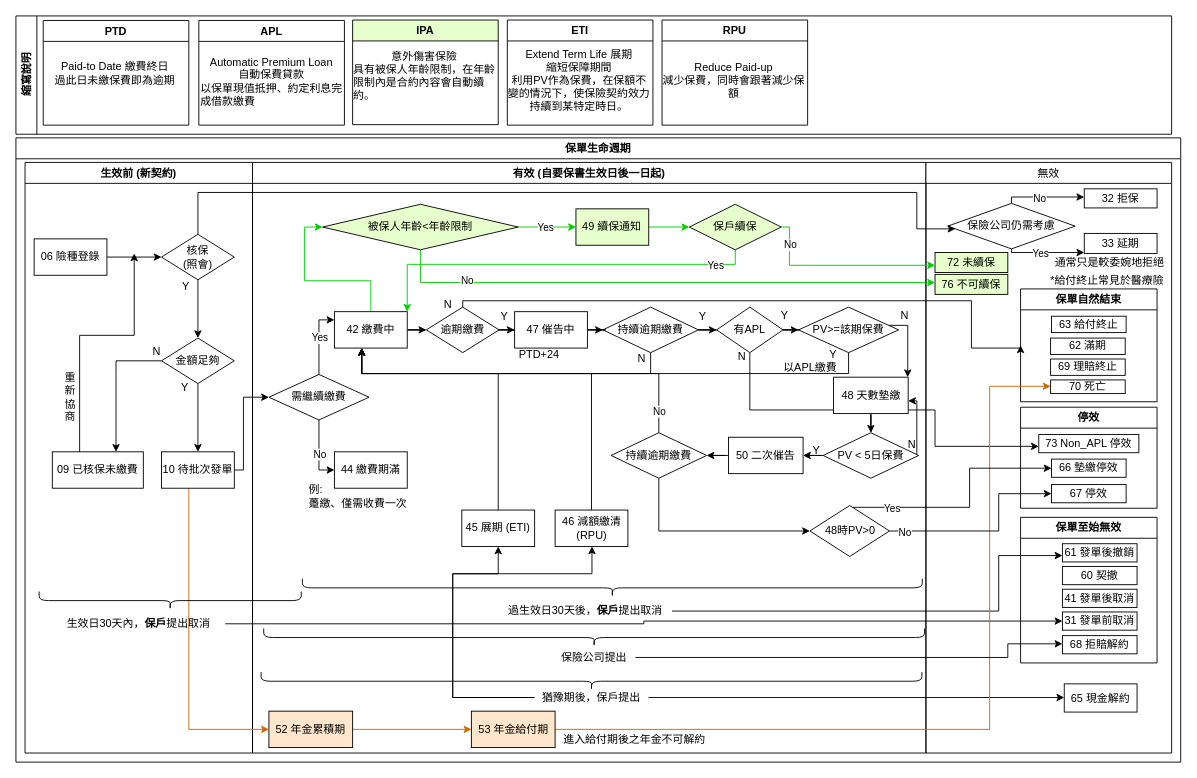
Gina-Banana/Gina-Banana keeps this draw.io diagram as 未命名绘图.drawio. Above is the earlier version. Source tidied: cells renumbered, new cells numbered last; positions are measured from the earlier drawing's top-left corner, leaving out a move shared by most shapes. Both pictures are drawn from the tidied source at 91%, with x=0, y=0 at pixel (15, 15).
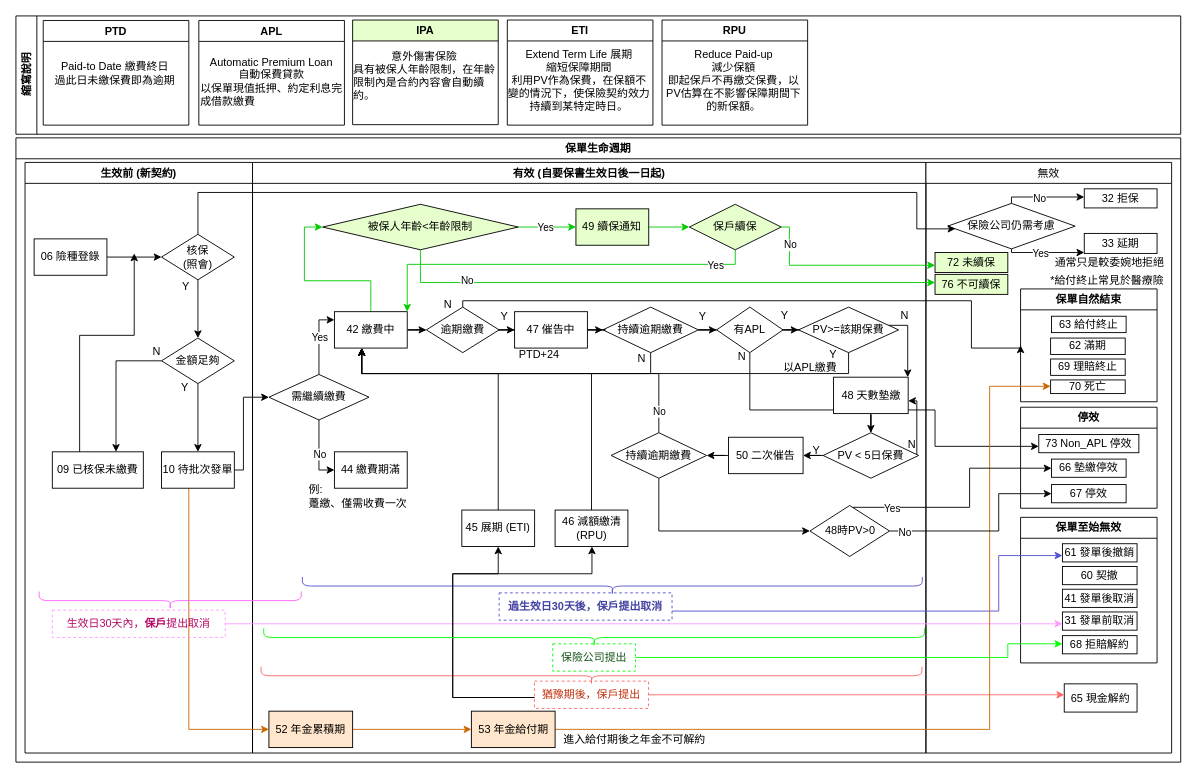
After the change.

The change refers to these unchanged cells:
```xml
<mxCell id="4" value="保單生命週期" style="swimlane;whiteSpace=wrap;html=1;" parent="1" vertex="1">
  <mxGeometry y="134" width="1280" height="686" as="geometry" />
</mxCell>
<mxCell id="23" value="31 發單前取消" style="rounded=0;whiteSpace=wrap;html=1;" parent="5" vertex="1">
  <mxGeometry x="150" y="494" width="82" height="20" as="geometry" />
</mxCell>
<mxCell id="26" value="61 發單後撤銷" style="rounded=0;whiteSpace=wrap;html=1;" parent="5" vertex="1">
  <mxGeometry x="150" y="419" width="82" height="20" as="geometry" />
</mxCell>
<mxCell id="28" value="68 拒賠解約" style="rounded=0;whiteSpace=wrap;html=1;" parent="27" vertex="1">
  <mxGeometry x="46" y="130" width="82" height="20" as="geometry" />
</mxCell>
<mxCell id="29" value="65 現金解約" style="rounded=0;whiteSpace=wrap;html=1;" parent="5" vertex="1">
  <mxGeometry x="152" y="573" width="80" height="31" as="geometry" />
</mxCell>
<mxCell id="145" value="RPU" style="swimlane;whiteSpace=wrap;html=1;" parent="138" vertex="1">
  <mxGeometry x="710" y="4.5" width="160" height="115.5" as="geometry" />
</mxCell>
```

Diff of the diagram source:
```diff
@@
-    <mxCell id="59" value="重&lt;br&gt;新&lt;br&gt;協&lt;br&gt;商" style="text;html=1;strokeColor=none;fillColor=none;align=left;verticalAlign=middle;whiteSpace=wrap;rounded=0;" parent="4" vertex="1">
-      <mxGeometry x="52" y="255" width="20" height="60" as="geometry" />
-    </mxCell>
@@
-    <mxCell id="97" style="shape=curlyBracket;whiteSpace=wrap;html=1;rounded=1;flipH=1;labelPosition=right;verticalLabelPosition=middle;align=left;verticalAlign=middle;rotation=90;" parent="4" vertex="1">
+    <mxCell id="97" style="shape=curlyBracket;whiteSpace=wrap;html=1;rounded=1;flipH=1;labelPosition=right;verticalLabelPosition=middle;align=left;verticalAlign=middle;rotation=90;fillColor=#FF66FF;strokeColor=#FF66FF;" parent="4" vertex="1">
       <mxGeometry x="159.5" y="364.5" width="20" height="288" as="geometry" />
     </mxCell>
-    <mxCell id="98" value="生效日30天內，&lt;b&gt;保戶&lt;/b&gt;提出取消" style="text;html=1;strokeColor=none;fillColor=none;align=center;verticalAlign=middle;whiteSpace=wrap;rounded=0;" parent="4" vertex="1">
+    <mxCell id="98" value="生效日30天內，&lt;b&gt;保戶&lt;/b&gt;提出取消" style="text;html=1;strokeColor=#FF99FF;fillColor=none;align=center;verticalAlign=middle;whiteSpace=wrap;rounded=0;dashed=1;fontColor=#b50864;" parent="4" vertex="1">
       <mxGeometry x="40" y="519" width="190" height="30" as="geometry" />
     </mxCell>
-    <mxCell id="99" style="edgeStyle=orthogonalEdgeStyle;rounded=0;jettySize=auto;html=1;" parent="4" edge="1" source="98" target="23">
-      <mxGeometry relative="1" as="geometry" />
+    <mxCell id="99" style="edgeStyle=orthogonalEdgeStyle;rounded=0;jettySize=auto;html=1;strokeColor=#FF99FF;" parent="4" edge="1" source="98" target="23">
+      <mxGeometry relative="1" as="geometry">
+        <Array as="points">
+          <mxPoint x="920" y="534" />
+          <mxPoint x="920" y="534" />
+        </Array>
+      </mxGeometry>
     </mxCell>
-    <mxCell id="100" style="shape=curlyBracket;whiteSpace=wrap;html=1;rounded=1;flipH=1;labelPosition=right;verticalLabelPosition=middle;align=left;verticalAlign=middle;rotation=90;" parent="4" vertex="1">
-      <mxGeometry x="645.4" y="153.9" width="20" height="681.2" as="geometry" />
+    <mxCell id="100" style="shape=curlyBracket;whiteSpace=wrap;html=1;rounded=1;flipH=1;labelPosition=right;verticalLabelPosition=middle;align=left;verticalAlign=middle;rotation=90;strokeColor=#5252CC;" parent="4" vertex="1">
+      <mxGeometry x="645.4" y="151.9" width="20" height="681.2" as="geometry" />
     </mxCell>
-    <mxCell id="101" style="edgeStyle=orthogonalEdgeStyle;rounded=0;jettySize=auto;html=1;" parent="4" edge="1" source="102" target="26">
+    <mxCell id="101" style="edgeStyle=orthogonalEdgeStyle;rounded=0;jettySize=auto;html=1;strokeColor=#5252CC;" parent="4" edge="1" source="102" target="26">
       <mxGeometry relative="1" as="geometry">
         <Array as="points">
           <mxPoint x="1080" y="520" />
           <mxPoint x="1080" y="459" />
         </Array>
       </mxGeometry>
     </mxCell>
-    <mxCell id="102" value="過生效日30天後，&lt;b&gt;保戶&lt;/b&gt;提出取消" style="text;html=1;strokeColor=none;fillColor=none;align=center;verticalAlign=middle;whiteSpace=wrap;rounded=0;" parent="4" vertex="1">
-      <mxGeometry x="531" y="505" width="190" height="30" as="geometry" />
+    <mxCell id="102" value="過生效日30天後，&lt;span&gt;保戶&lt;/span&gt;提出取消" style="text;html=1;strokeColor=#5252CC;fillColor=none;align=center;verticalAlign=middle;whiteSpace=wrap;rounded=0;fontColor=#4242A3;fontStyle=1;dashed=1;" parent="4" vertex="1">
+      <mxGeometry x="531" y="500" width="190" height="30" as="geometry" />
     </mxCell>
-    <mxCell id="103" style="shape=curlyBracket;whiteSpace=wrap;html=1;rounded=1;flipH=1;labelPosition=right;verticalLabelPosition=middle;align=left;verticalAlign=middle;rotation=90;" parent="4" vertex="1">
-      <mxGeometry x="622.5" y="234" width="20" height="726.2" as="geometry" />
+    <mxCell id="103" style="shape=curlyBracket;whiteSpace=wrap;html=1;rounded=1;flipH=1;labelPosition=right;verticalLabelPosition=middle;align=left;verticalAlign=middle;rotation=90;strokeColor=#FF6666;" parent="4" vertex="1">
+      <mxGeometry x="622.5" y="228" width="20" height="726.2" as="geometry" />
     </mxCell>
-    <mxCell id="104" style="edgeStyle=orthogonalEdgeStyle;rounded=0;jettySize=auto;html=1;" parent="4" edge="1" source="107" target="29">
+    <mxCell id="104" style="edgeStyle=orthogonalEdgeStyle;rounded=0;jettySize=auto;html=1;strokeColor=#FF6666;" parent="4" edge="1" source="107" target="29">
       <mxGeometry relative="1" as="geometry">
         <Array as="points">
           <mxPoint x="1204" y="615" />
         </Array>
       </mxGeometry>
     </mxCell>
@@
-    <mxCell id="107" value="猶豫期後，保戶提出" style="text;html=1;strokeColor=none;fillColor=none;align=center;verticalAlign=middle;whiteSpace=wrap;rounded=0;" parent="4" vertex="1">
-      <mxGeometry x="569.8" y="600" width="125.4" height="30" as="geometry" />
+    <mxCell id="107" value="猶豫期後，保戶提出" style="text;html=1;strokeColor=#FF6666;fillColor=none;align=center;verticalAlign=middle;whiteSpace=wrap;rounded=0;dashed=1;fontColor=#c0300c;" parent="4" vertex="1">
+      <mxGeometry x="569.8" y="597" width="125.4" height="30" as="geometry" />
     </mxCell>
@@
-    <mxCell id="128" style="shape=curlyBracket;whiteSpace=wrap;html=1;rounded=1;flipH=1;labelPosition=right;verticalLabelPosition=middle;align=left;verticalAlign=middle;rotation=90;" parent="4" vertex="1">
+    <mxCell id="128" style="shape=curlyBracket;whiteSpace=wrap;html=1;rounded=1;flipH=1;labelPosition=right;verticalLabelPosition=middle;align=left;verticalAlign=middle;rotation=90;strokeColor=#00FF00;" parent="4" vertex="1">
       <mxGeometry x="625.4" y="186" width="20" height="726.2" as="geometry" />
     </mxCell>
-    <mxCell id="129" style="edgeStyle=orthogonalEdgeStyle;rounded=0;jettySize=auto;html=1;strokeColor=#000000;" parent="4" edge="1" source="130" target="28">
+    <mxCell id="129" style="edgeStyle=orthogonalEdgeStyle;rounded=0;jettySize=auto;html=1;strokeColor=#00FF00;" parent="4" edge="1" source="130" target="28">
       <mxGeometry relative="1" as="geometry">
         <Array as="points">
           <mxPoint x="1090" y="571" />
           <mxPoint x="1090" y="556" />
         </Array>
       </mxGeometry>
     </mxCell>
-    <mxCell id="130" value="保險公司提出" style="text;html=1;strokeColor=none;fillColor=none;align=center;verticalAlign=middle;whiteSpace=wrap;rounded=0;" parent="4" vertex="1">
+    <mxCell id="130" value="保險公司提出" style="text;html=1;strokeColor=#00FF00;fillColor=none;align=center;verticalAlign=middle;whiteSpace=wrap;rounded=0;fontColor=#135315;dashed=1;" parent="4" vertex="1">
       <mxGeometry x="589.9" y="556" width="90.9" height="30" as="geometry" />
     </mxCell>
@@
     <mxCell id="138" value="縮寫說明" style="swimlane;horizontal=0;whiteSpace=wrap;html=1;" parent="1" vertex="1">
-      <mxGeometry width="1270" height="130" as="geometry" />
+      <mxGeometry width="1280" height="130" as="geometry" />
     </mxCell>
@@
-    <mxCell id="146" value="Reduce Paid-up&lt;br&gt;減少保費，同時會跟著減少保額" style="text;html=1;strokeColor=none;fillColor=none;align=center;verticalAlign=middle;whiteSpace=wrap;rounded=0;" parent="145" vertex="1">
+    <mxCell id="146" value="Reduce Paid-up&lt;br&gt;減少保額&lt;br&gt;即起保戶不再繳交保費，以PV估算在不影響保障期間下的新保額。" style="text;html=1;strokeColor=none;fillColor=none;align=center;verticalAlign=middle;whiteSpace=wrap;rounded=0;" parent="145" vertex="1">
       <mxGeometry y="23" width="158" height="87" as="geometry" />
     </mxCell>
```
